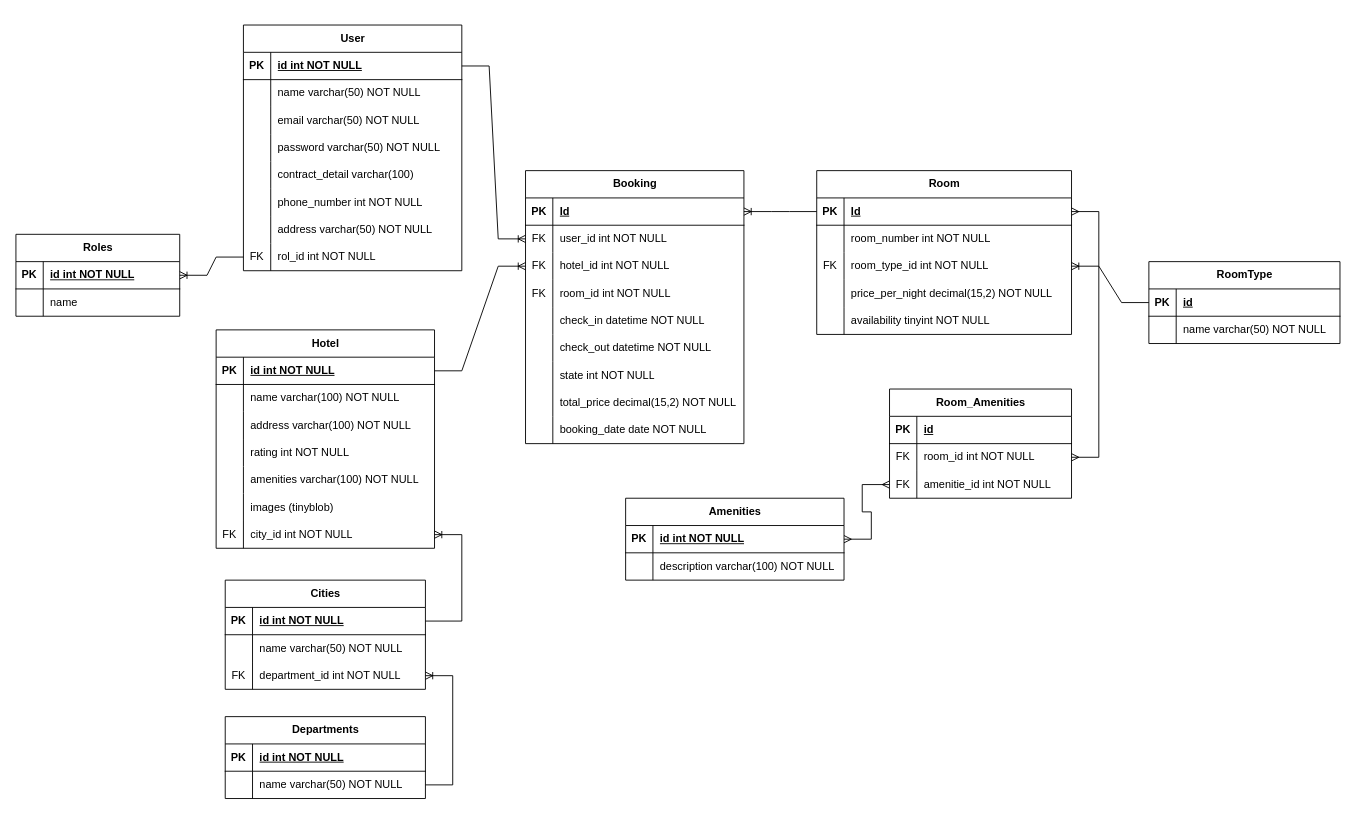
Before: docs/ProyectoFinal_ER.drawio in luissotelo96/proyecto-final-app-emp-backend, a draw.io diagram. Source tidied: cells renumbered, new cells numbered last; positions are measured from the earlier drawing's top-left corner, leaving out a move shared by most shapes. Both pictures are drawn from the tidied source at 91%, with x=0, y=0 at pixel (15, 25).
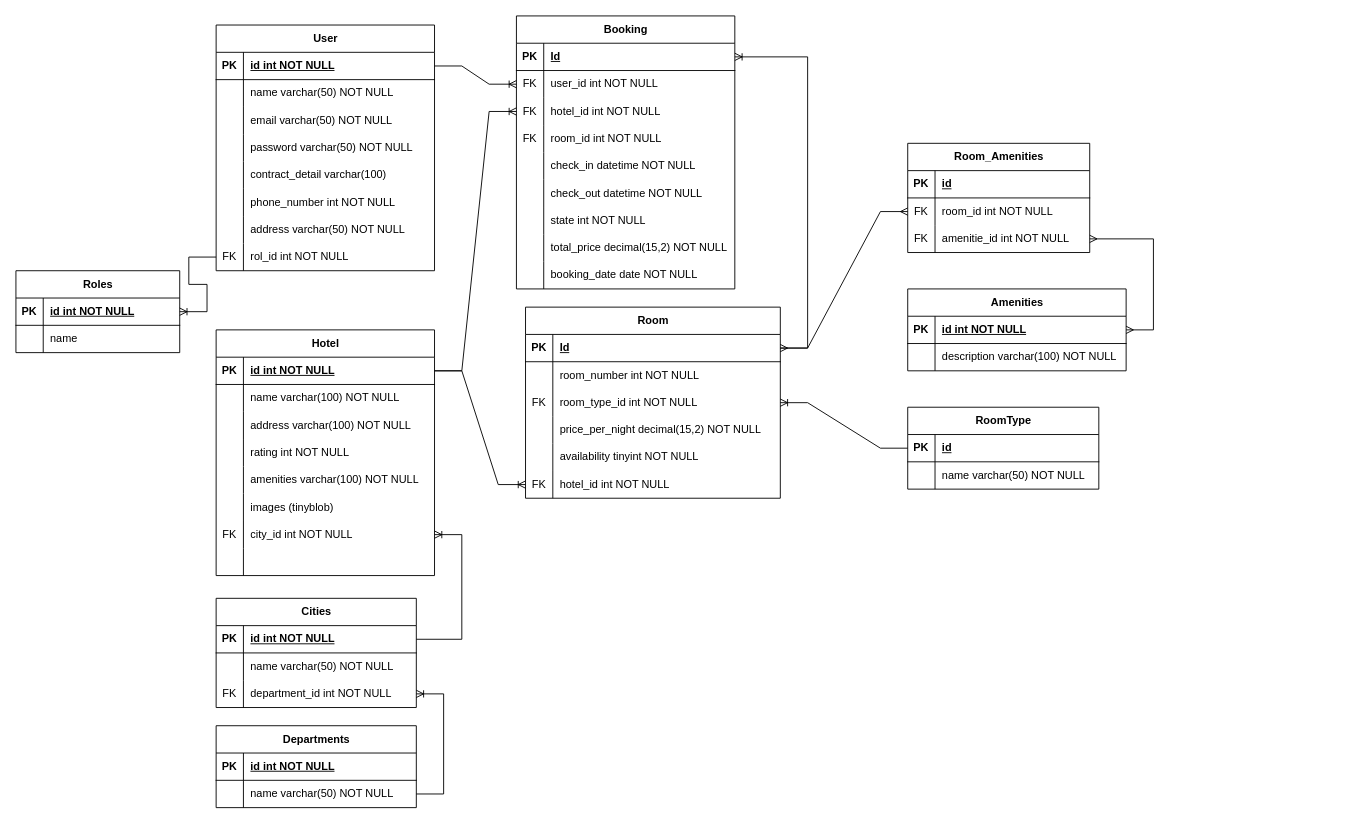
The same page after the edit.

Unchanged cells that the change refers to:
```xml
<mxCell id="28" style="shape=tableRow;horizontal=0;startSize=0;swimlaneHead=0;swimlaneBody=0;fillColor=none;points=[[0,0.5],[1,0.5]];portConstraint=eastwest;top=0;left=0;right=0;bottom=1;" parent="27" vertex="1">
  <mxGeometry y="30" width="240" height="30" as="geometry" />
</mxCell>
<mxCell id="50" style="shape=tableRow;horizontal=0;startSize=0;swimlaneHead=0;swimlaneBody=0;fillColor=none;points=[[0,0.5],[1,0.5]];portConstraint=eastwest;top=0;left=0;right=0;bottom=1;" parent="49" vertex="1">
  <mxGeometry y="30" width="280" height="30" as="geometry" />
</mxCell>
<mxCell id="72" style="shape=tableRow;horizontal=0;startSize=0;swimlaneHead=0;swimlaneBody=0;fillColor=none;points=[[0,0.5],[1,0.5]];portConstraint=eastwest;top=0;left=0;right=0;bottom=0;" parent="65" vertex="1">
  <mxGeometry y="90" width="240" height="30" as="geometry" />
</mxCell>
<mxCell id="132" style="shape=tableRow;horizontal=0;startSize=0;swimlaneHead=0;swimlaneBody=0;fillColor=none;points=[[0,0.5],[1,0.5]];portConstraint=eastwest;top=0;left=0;right=0;bottom=1;" parent="131" vertex="1">
  <mxGeometry y="30" width="240" height="30" as="geometry" />
</mxCell>
<mxCell id="142" style="shape=tableRow;horizontal=0;startSize=0;swimlaneHead=0;swimlaneBody=0;fillColor=none;points=[[0,0.5],[1,0.5]];portConstraint=eastwest;top=0;left=0;right=0;bottom=0;" parent="138" vertex="1">
  <mxGeometry y="60" width="200" height="30" as="geometry" />
</mxCell>
<mxCell id="145" style="shape=tableRow;horizontal=0;startSize=0;swimlaneHead=0;swimlaneBody=0;fillColor=none;points=[[0,0.5],[1,0.5]];portConstraint=eastwest;top=0;left=0;right=0;bottom=0;" parent="138" vertex="1">
  <mxGeometry y="90" width="200" height="30" as="geometry" />
</mxCell>
```

What changed in the source:
```diff
@@
     <mxCell id="2" value="User" style="shape=table;startSize=30;childLayout=tableLayout;rowLines=0;fontStyle=1;align=center;html=1;" parent="1" vertex="1">
-      <mxGeometry x="250" width="240" height="270" as="geometry" />
+      <mxGeometry x="220" width="240" height="270" as="geometry" />
     </mxCell>
@@
     <mxCell id="27" value="Hotel" style="shape=table;startSize=30;childLayout=tableLayout;rowLines=0;fontStyle=1;align=center;html=1;" parent="1" vertex="1">
-      <mxGeometry x="220" y="335" width="240" height="240" as="geometry" />
+      <mxGeometry x="220" y="335" width="240" height="270" as="geometry" />
     </mxCell>
@@
+    <mxCell id="150" style="shape=tableRow;horizontal=0;startSize=0;swimlaneHead=0;swimlaneBody=0;fillColor=none;top=0;left=0;right=0;bottom=0;" parent="27" vertex="1">
+      <mxGeometry y="240" width="240" height="30" as="geometry" />
+    </mxCell>
+    <mxCell id="151" style="shape=partialRectangle;fillColor=none;top=0;left=0;bottom=0;right=0;overflow=hidden;whiteSpace=wrap;html=1;" parent="150" vertex="1">
+      <mxGeometry width="30" height="30" as="geometry" />
+    </mxCell>
+    <mxCell id="152" style="shape=partialRectangle;fillColor=none;top=0;left=0;bottom=0;right=0;align=left;spacingLeft=6;overflow=hidden;whiteSpace=wrap;html=1;" parent="150" vertex="1">
+      <mxGeometry x="30" width="210" height="30" as="geometry" />
+    </mxCell>
     <mxCell id="49" value="Room" style="shape=table;startSize=30;childLayout=tableLayout;rowLines=0;fontStyle=1;align=center;html=1;" parent="1" vertex="1">
-      <mxGeometry x="880" y="160" width="280" height="180" as="geometry" />
+      <mxGeometry x="560" y="310" width="280" height="210" as="geometry" />
     </mxCell>
@@
+    <mxCell id="153" style="shape=tableRow;horizontal=0;startSize=0;swimlaneHead=0;swimlaneBody=0;fillColor=none;points=[[0,0.5],[1,0.5]];portConstraint=eastwest;top=0;left=0;right=0;bottom=0;" parent="49" vertex="1">
+      <mxGeometry y="180" width="280" height="30" as="geometry" />
+    </mxCell>
+    <mxCell id="154" value="FK" style="shape=partialRectangle;fillColor=none;top=0;left=0;bottom=0;right=0;overflow=hidden;whiteSpace=wrap;html=1;" parent="153" vertex="1">
+      <mxGeometry width="30" height="30" as="geometry" />
+    </mxCell>
+    <mxCell id="155" value="hotel_id int NOT NULL" style="shape=partialRectangle;fillColor=none;top=0;left=0;bottom=0;right=0;align=left;spacingLeft=6;overflow=hidden;whiteSpace=wrap;html=1;" parent="153" vertex="1">
+      <mxGeometry x="30" width="250" height="30" as="geometry" />
+    </mxCell>
     <mxCell id="65" value="Booking" style="shape=table;startSize=30;childLayout=tableLayout;rowLines=0;fontStyle=1;align=center;html=1;" parent="1" vertex="1">
-      <mxGeometry x="560" y="160" width="240" height="300" as="geometry" />
+      <mxGeometry x="550" y="-10" width="240" height="300" as="geometry" />
     </mxCell>
@@
     <mxCell id="94" style="edgeStyle=entityRelationEdgeStyle;fontSize=12;html=1;endArrow=ERoneToMany;rounded=0;" parent="1" edge="1" source="28" target="72">
-      <mxGeometry relative="1" as="geometry" />
+      <mxGeometry relative="1" as="geometry">
+        <Array as="points">
+          <mxPoint x="520" y="380" />
+        </Array>
+      </mxGeometry>
     </mxCell>
@@
     <mxCell id="96" value="RoomType" style="shape=table;startSize=30;childLayout=tableLayout;rowLines=0;fontStyle=1;align=center;html=1;" parent="1" vertex="1">
-      <mxGeometry x="1245" y="260" width="210" height="90" as="geometry" />
+      <mxGeometry x="980" y="420" width="210" height="90" as="geometry" />
     </mxCell>
@@
     <mxCell id="104" value="Cities" style="shape=table;startSize=30;childLayout=tableLayout;rowLines=0;fontStyle=1;align=center;html=1;" parent="1" vertex="1">
-      <mxGeometry x="230" y="610" width="220" height="120" as="geometry" />
+      <mxGeometry x="220" y="630" width="220" height="120" as="geometry" />
     </mxCell>
@@
     <mxCell id="114" value="Departments" style="shape=table;startSize=30;childLayout=tableLayout;rowLines=0;fontStyle=1;align=center;html=1;" parent="1" vertex="1">
-      <mxGeometry x="230" y="760" width="220" height="90" as="geometry" />
+      <mxGeometry x="220" y="770" width="220" height="90" as="geometry" />
     </mxCell>
@@
     <mxCell id="123" value="Roles" style="shape=table;startSize=30;childLayout=tableLayout;rowLines=0;fontStyle=1;align=center;html=1;" parent="1" vertex="1">
-      <mxGeometry y="230" width="180" height="90" as="geometry" />
+      <mxGeometry y="270" width="180" height="90" as="geometry" />
     </mxCell>
@@
     <mxCell id="131" value="Amenities" style="shape=table;startSize=30;childLayout=tableLayout;rowLines=0;fontStyle=1;align=center;html=1;" parent="1" vertex="1">
-      <mxGeometry x="670" y="520" width="240" height="90" as="geometry" />
+      <mxGeometry x="980" y="290" width="240" height="90" as="geometry" />
     </mxCell>
@@
     <mxCell id="138" value="Room_Amenities" style="shape=table;startSize=30;childLayout=tableLayout;rowLines=0;fontStyle=1;align=center;html=1;" parent="1" vertex="1">
-      <mxGeometry x="960" y="400" width="200" height="120" as="geometry" />
+      <mxGeometry x="980" y="130" width="200" height="120" as="geometry" />
     </mxCell>
@@
-    <mxCell id="148" style="edgeStyle=entityRelationEdgeStyle;fontSize=12;html=1;endArrow=ERmany;startArrow=ERmany;rounded=0;entryX=1;entryY=0.5;entryDx=0;entryDy=0;exitX=1;exitY=0.5;exitDx=0;exitDy=0;" parent="1" edge="1" source="142" target="50">
+    <mxCell id="148" style="edgeStyle=entityRelationEdgeStyle;fontSize=12;html=1;endArrow=ERmany;startArrow=ERmany;rounded=0;entryX=1;entryY=0.5;entryDx=0;entryDy=0;" parent="1" edge="1" source="142" target="50">
       <mxGeometry relative="1" as="geometry" />
     </mxCell>
-    <mxCell id="149" style="edgeStyle=entityRelationEdgeStyle;fontSize=12;html=1;endArrow=ERmany;startArrow=ERmany;rounded=0;entryX=1;entryY=0.5;entryDx=0;entryDy=0;exitX=0;exitY=0.5;exitDx=0;exitDy=0;" parent="1" edge="1" source="145" target="132">
+    <mxCell id="149" style="edgeStyle=entityRelationEdgeStyle;fontSize=12;html=1;endArrow=ERmany;startArrow=ERmany;rounded=0;" parent="1" edge="1" source="145" target="132">
       <mxGeometry relative="1" as="geometry">
         <Array as="points">
           <mxPoint x="900" y="580" />
           <mxPoint x="890" y="580" />
         </Array>
       </mxGeometry>
     </mxCell>
+    <mxCell id="156" style="edgeStyle=entityRelationEdgeStyle;fontSize=12;html=1;endArrow=ERoneToMany;rounded=0;" parent="1" edge="1" source="28" target="153">
+      <mxGeometry relative="1" as="geometry" />
+    </mxCell>
```
